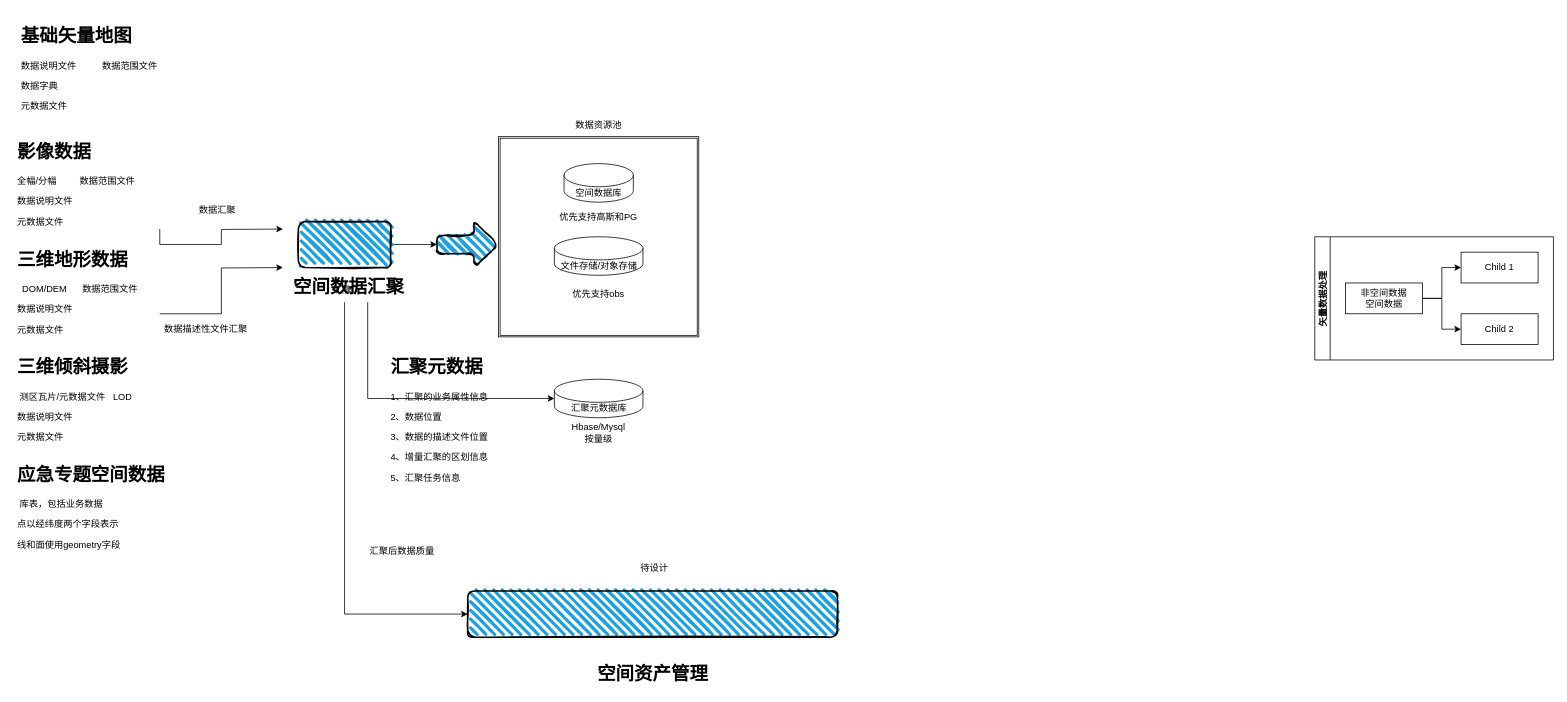
The draw.io diagram Untitled Diagram.drawio in zjpnju/ddia, before the edit. Source tidied: cells renumbered, new cells numbered last; positions are measured from the earlier drawing's top-left corner, leaving out a move shared by most shapes. Both pictures are drawn from the tidied source at 77%, with x=0, y=0 at pixel (13, 21).
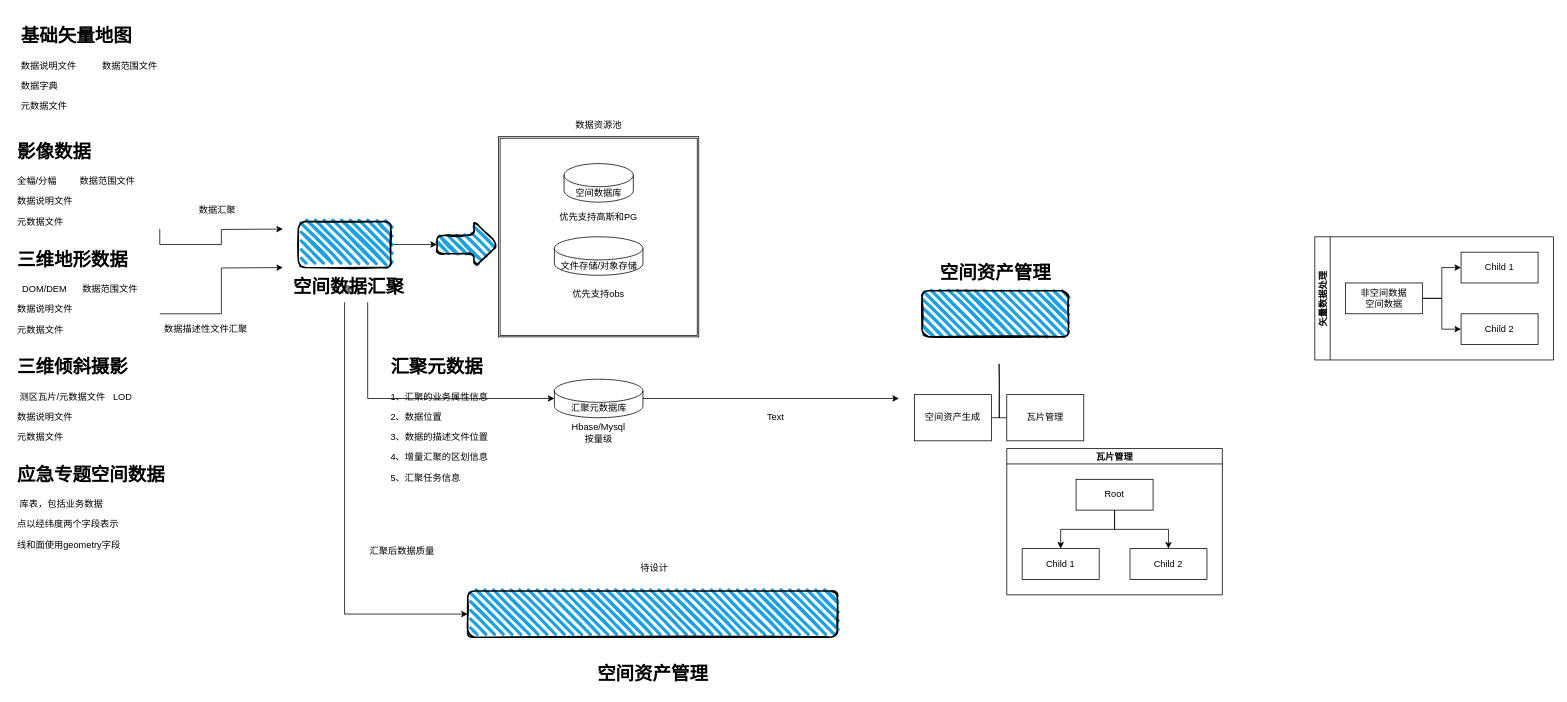
The same diagram, later.

Unchanged cells that the change refers to:
```xml
<mxCell id="19" value="汇聚元数据库" style="shape=cylinder3;whiteSpace=wrap;html=1;boundedLbl=1;backgroundOutline=1;size=15;" parent="1" vertex="1">
  <mxGeometry x="702.5" y="465" width="115" height="50" as="geometry" />
</mxCell>
```

Diff of the diagram source:
```diff
@@
+    <mxCell id="37" style="edgeStyle=orthogonalEdgeStyle;rounded=0;jettySize=auto;html=1;exitX=1;exitY=0.5;exitDx=0;exitDy=0;exitPerimeter=0;" parent="1" edge="1" source="19">
+      <mxGeometry relative="1" as="geometry">
+        <mxPoint x="1150" y="490" as="targetPoint" />
+      </mxGeometry>
+    </mxCell>
@@
+    <mxCell id="38" style="rounded=1;whiteSpace=wrap;html=1;strokeWidth=2;fillWeight=4;hachureGap=8;hachureAngle=45;fillColor=#1ba1e2;sketch=1;" parent="1" vertex="1">
+      <mxGeometry x="1180" y="350" width="190" height="60" as="geometry" />
+    </mxCell>
+    <mxCell id="39" value="空间资产管理" style="text;strokeColor=none;fillColor=none;html=1;fontSize=24;fontStyle=1;verticalAlign=middle;align=center;" parent="1" vertex="1">
+      <mxGeometry x="1225" y="307" width="100" height="40" as="geometry" />
+    </mxCell>
+    <mxCell id="40" style="edgeStyle=orthogonalEdgeStyle;startArrow=none;endArrow=none;rounded=0;targetPortConstraint=eastwest;sourcePortConstraint=northsouth;" parent="1" edge="1" target="42">
+      <mxGeometry relative="1" as="geometry">
+        <mxPoint x="1280" y="445" as="sourcePoint" />
+      </mxGeometry>
+    </mxCell>
+    <mxCell id="41" style="edgeStyle=orthogonalEdgeStyle;startArrow=none;endArrow=none;rounded=0;targetPortConstraint=eastwest;sourcePortConstraint=northsouth;" parent="1" edge="1" target="43">
+      <mxGeometry relative="1" as="geometry">
+        <mxPoint x="1280" y="445" as="sourcePoint" />
+      </mxGeometry>
+    </mxCell>
+    <mxCell id="42" value="空间资产生成" style="whiteSpace=wrap;html=1;align=center;verticalAlign=middle;" parent="1" vertex="1">
+      <mxGeometry x="1170" y="485" width="100" height="60" as="geometry" />
+    </mxCell>
+    <mxCell id="43" value="瓦片管理" style="whiteSpace=wrap;html=1;align=center;verticalAlign=middle;" parent="1" vertex="1">
+      <mxGeometry x="1290" y="485" width="100" height="60" as="geometry" />
+    </mxCell>
+    <mxCell id="44" value="Text" style="text;html=1;strokeColor=none;fillColor=none;align=center;verticalAlign=middle;whiteSpace=wrap;rounded=0;" parent="1" vertex="1">
+      <mxGeometry x="960" y="500" width="60" height="30" as="geometry" />
+    </mxCell>
+    <mxCell id="45" value="瓦片管理" style="swimlane;startSize=20;horizontal=1;horizontalTree=0;containerType=tree;" parent="1" vertex="1">
+      <mxGeometry x="1290" y="555" width="280" height="190" as="geometry" />
+    </mxCell>
+    <mxCell id="46" value="Root" style="whiteSpace=wrap;html=1;" parent="45" vertex="1">
+      <mxGeometry x="90" y="40" width="100" height="40" as="geometry" />
+    </mxCell>
+    <mxCell id="47" value="Child 1" style="whiteSpace=wrap;html=1;" parent="45" vertex="1">
+      <mxGeometry x="20" y="130" width="100" height="40" as="geometry" />
+    </mxCell>
+    <mxCell id="48" style="edgeStyle=elbowEdgeStyle;elbow=vertical;html=1;rounded=0;" parent="45" edge="1" source="46" target="47">
+      <mxGeometry relative="1" as="geometry" />
+    </mxCell>
+    <mxCell id="49" value="Child 2" style="whiteSpace=wrap;html=1;" parent="45" vertex="1">
+      <mxGeometry x="160" y="130" width="100" height="40" as="geometry" />
+    </mxCell>
+    <mxCell id="50" style="edgeStyle=elbowEdgeStyle;elbow=vertical;html=1;rounded=0;" parent="45" edge="1" source="46" target="49">
+      <mxGeometry relative="1" as="geometry" />
+    </mxCell>
```
